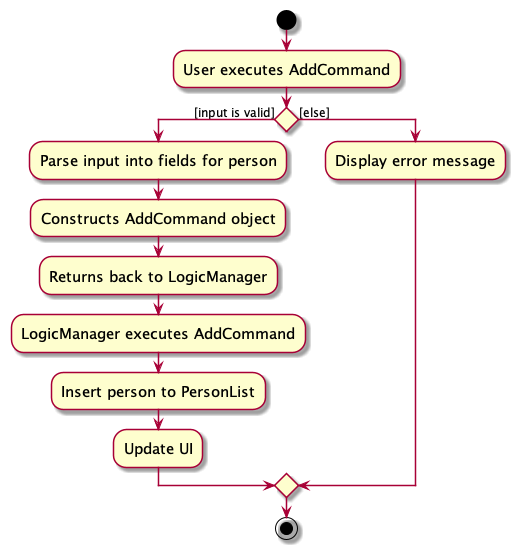
tanteckfang/tp keeps this PlantUML diagram as docs/images/AddActivityDiagram.png. Above is the earlier version.
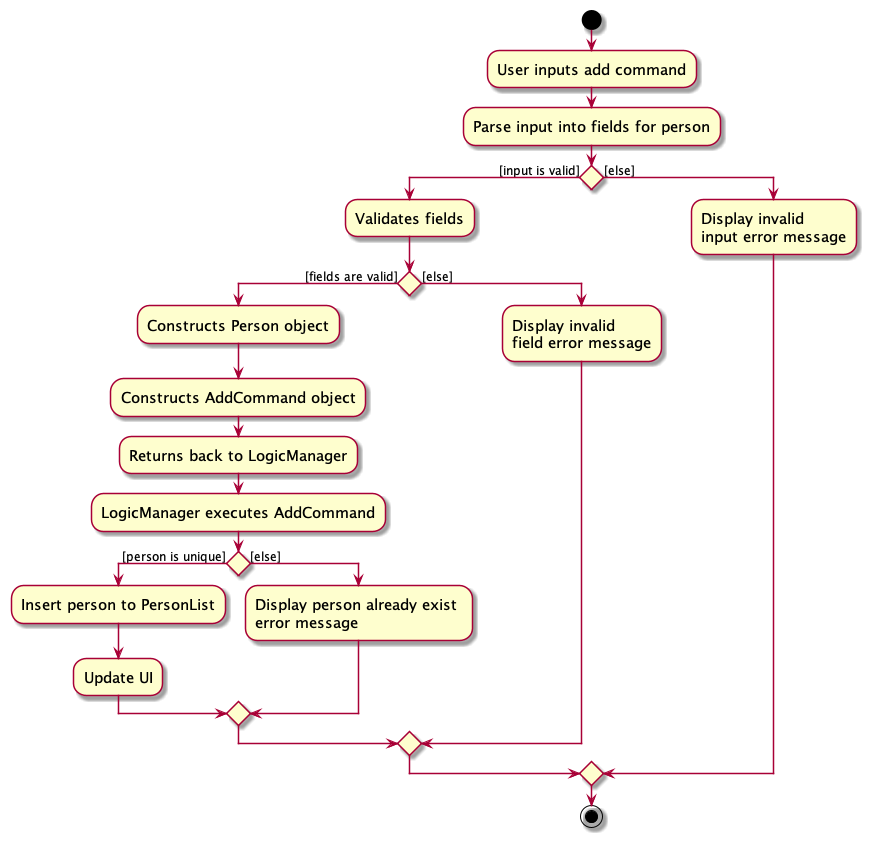
Above is the later version.

Change to the diagram source:
```diff
@@ -3,18 +3,32 @@
 skinparam ActivityFontSize 15
 skinparam ArrowFontSize 12
 start
-:User executes AddCommand;
+:User inputs add command;
+:Parse input into fields for person;
 
 
 if () then ([input is valid])
-    :Parse input into fields for person;
+    :Validates fields;
+
+    if () then ([fields are valid])
+    :Constructs Person object;
     :Constructs AddCommand object;
     :Returns back to LogicManager;
     :LogicManager executes AddCommand;
+    if () then ([person is unique])
     :Insert person to PersonList;
     :Update UI;
+    else ([else])
+    :Display person already exist \nerror message;
+    endif
+    else ([else])
+    :Display invalid \nfield error message;
+    endif
 else ([else])
-:Display error message;
+:Display invalid \ninput error message;
+
+
+
 
 endif
 stop
```
